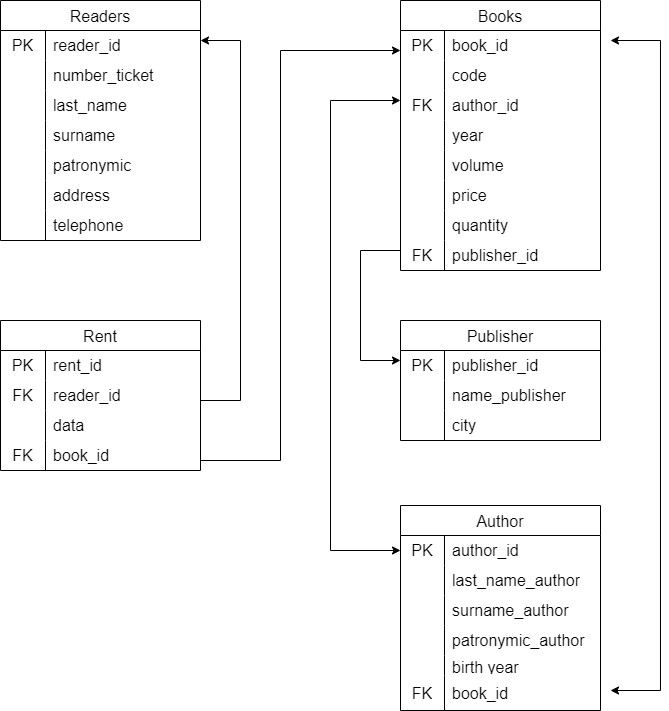
Earlier version of the draw.io export logic_diagram.png (SergeyGitH/Task1.2). Source tidied: cells renumbered, new cells last; positions are measured from the earlier drawing's top-left corner, leaving out a move shared by most shapes.
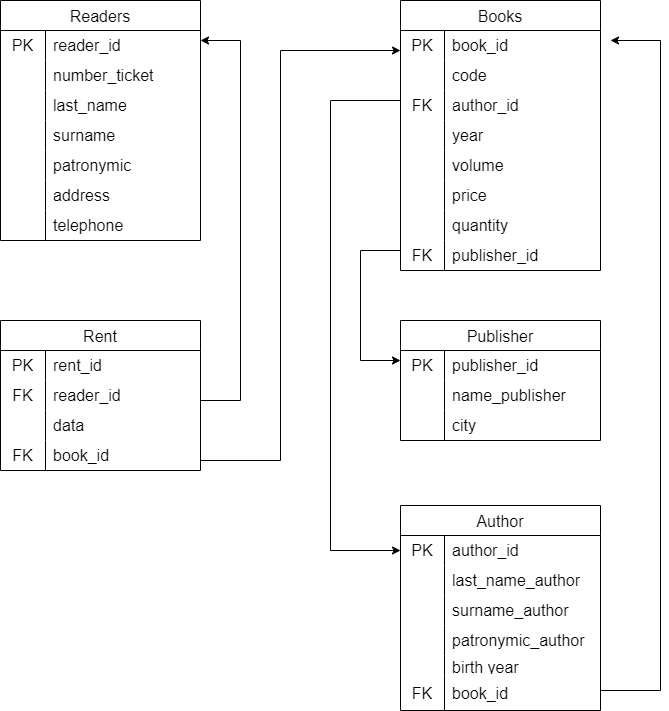
The same file after the commit.

Commit message:
Обновление логической диаграммы 2

The edit, as a diff of the source:
```diff
@@ -338,12 +338,6 @@
         <mxPoint x="610" y="40" as="targetPoint" />
       </mxGeometry>
     </mxCell>
-    <mxCell id="103" style="endArrow=classic;html=1;rounded=0;" parent="1" edge="1">
-      <mxGeometry relative="1" as="geometry">
-        <mxPoint x="660" y="690" as="sourcePoint" />
-        <mxPoint x="610" y="690" as="targetPoint" />
-      </mxGeometry>
-    </mxCell>
     <mxCell id="104" style="endArrow=none;html=1;rounded=0;" parent="1" edge="1">
       <mxGeometry relative="1" as="geometry">
         <mxPoint x="330" y="550" as="sourcePoint" />
@@ -356,11 +350,17 @@
         <mxPoint x="400" y="550" as="targetPoint" />
       </mxGeometry>
     </mxCell>
-    <mxCell id="106" style="endArrow=classic;html=1;rounded=0;" parent="1" edge="1">
-      <mxGeometry relative="1" as="geometry">
-        <mxPoint x="330" y="100" as="sourcePoint" />
-        <mxPoint x="400" y="100" as="targetPoint" />
-      </mxGeometry>
-    </mxCell>
+    <mxCell id="107" style="endArrow=none;html=1;rounded=0;" parent="1" edge="1">
+      <mxGeometry relative="1" as="geometry">
+        <mxPoint x="600" y="690" as="sourcePoint" />
+        <mxPoint x="660" y="690" as="targetPoint" />
+      </mxGeometry>
+    </mxCell>
+    <mxCell id="108" style="endArrow=none;html=1;rounded=0;" parent="1" edge="1">
+      <mxGeometry relative="1" as="geometry">
+        <mxPoint x="330" y="100" as="sourcePoint" />
+        <mxPoint x="400" y="100" as="targetPoint" />
+      </mxGeometry>
+    </mxCell>
   </root>
 </mxGraphModel>
```
